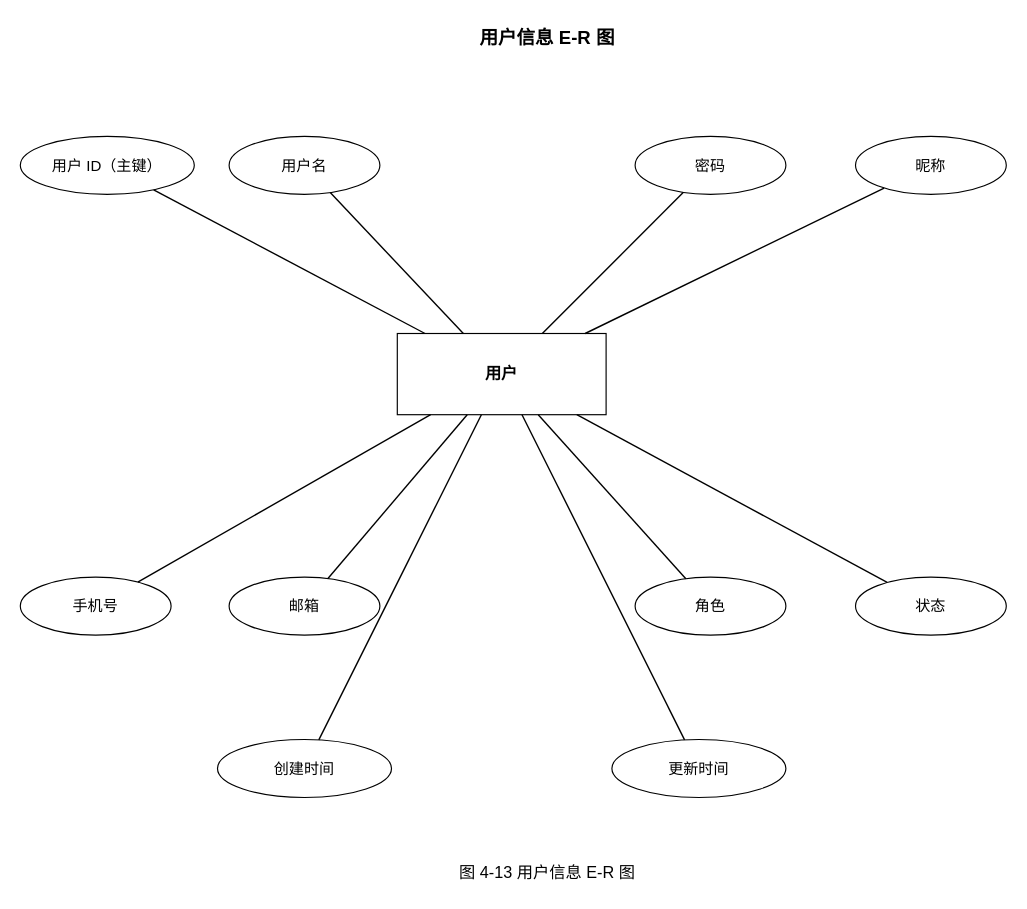
The draw.io diagram 4.9用户信息 E-R 图.drawio in wujiangcai/drawio, before the edit. Source tidied: cells renumbered, new cells numbered last; positions are measured from the earlier drawing's top-left corner, leaving out a move shared by most shapes. Both pictures are drawn from the tidied source at 116%, with x=0, y=0 at pixel (20, 20).
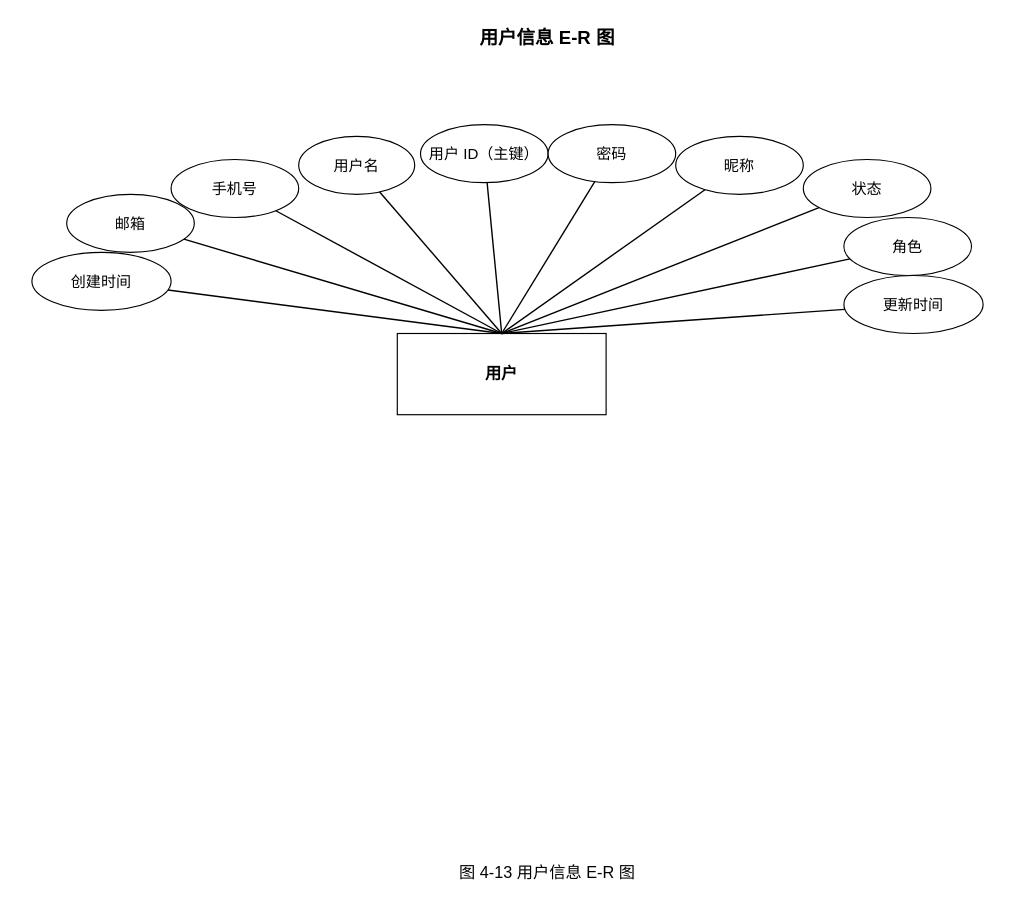
The same page after the edit.

The change refers to these unchanged cells:
```xml
<mxCell id="3" value="用户" style="shape=rectangle;whiteSpace=wrap;html=1;strokeColor=#000000;fillColor=#ffffff;fontSize=14;fontStyle=1;align=center;verticalAlign=middle;" parent="1" vertex="1">
  <mxGeometry x="325" y="270" width="180" height="70" as="geometry" />
</mxCell>
```

Change to the diagram source:
```diff
@@
     <mxCell id="4" value="用户 ID（主键）" style="ellipse;whiteSpace=wrap;html=1;strokeColor=#000000;fillColor=#ffffff;fontSize=13;" parent="1" vertex="1">
-      <mxGeometry y="100" width="150" height="50" as="geometry" />
+      <mxGeometry x="345" y="90" width="110" height="50" as="geometry" />
     </mxCell>
     <mxCell id="5" value="用户名" style="ellipse;whiteSpace=wrap;html=1;strokeColor=#000000;fillColor=#ffffff;fontSize=13;" parent="1" vertex="1">
-      <mxGeometry x="180" y="100" width="130" height="50" as="geometry" />
+      <mxGeometry x="240" y="100" width="100" height="50" as="geometry" />
     </mxCell>
     <mxCell id="6" value="密码" style="ellipse;whiteSpace=wrap;html=1;strokeColor=#000000;fillColor=#ffffff;fontSize=13;" parent="1" vertex="1">
-      <mxGeometry x="530" y="100" width="130" height="50" as="geometry" />
+      <mxGeometry x="455" y="90" width="110" height="50" as="geometry" />
     </mxCell>
     <mxCell id="7" value="昵称" style="ellipse;whiteSpace=wrap;html=1;strokeColor=#000000;fillColor=#ffffff;fontSize=13;" parent="1" vertex="1">
-      <mxGeometry x="720" y="100" width="130" height="50" as="geometry" />
+      <mxGeometry x="565" y="100" width="110" height="50" as="geometry" />
     </mxCell>
     <mxCell id="8" value="手机号" style="ellipse;whiteSpace=wrap;html=1;strokeColor=#000000;fillColor=#ffffff;fontSize=13;" parent="1" vertex="1">
-      <mxGeometry y="480" width="130" height="50" as="geometry" />
+      <mxGeometry x="130" y="120" width="110" height="50" as="geometry" />
     </mxCell>
     <mxCell id="9" value="邮箱" style="ellipse;whiteSpace=wrap;html=1;strokeColor=#000000;fillColor=#ffffff;fontSize=13;" parent="1" vertex="1">
-      <mxGeometry x="180" y="480" width="130" height="50" as="geometry" />
+      <mxGeometry x="40" y="150" width="110" height="50" as="geometry" />
     </mxCell>
     <mxCell id="10" value="角色" style="ellipse;whiteSpace=wrap;html=1;strokeColor=#000000;fillColor=#ffffff;fontSize=13;" parent="1" vertex="1">
-      <mxGeometry x="530" y="480" width="130" height="50" as="geometry" />
+      <mxGeometry x="710" y="170" width="110" height="50" as="geometry" />
     </mxCell>
     <mxCell id="11" value="状态" style="ellipse;whiteSpace=wrap;html=1;strokeColor=#000000;fillColor=#ffffff;fontSize=13;" parent="1" vertex="1">
-      <mxGeometry x="720" y="480" width="130" height="50" as="geometry" />
+      <mxGeometry x="675" y="120" width="110" height="50" as="geometry" />
     </mxCell>
     <mxCell id="12" value="创建时间" style="ellipse;whiteSpace=wrap;html=1;strokeColor=#000000;fillColor=#ffffff;fontSize=13;" parent="1" vertex="1">
-      <mxGeometry x="170" y="620" width="150" height="50" as="geometry" />
+      <mxGeometry x="10" y="200" width="120" height="50" as="geometry" />
     </mxCell>
     <mxCell id="13" value="更新时间" style="ellipse;whiteSpace=wrap;html=1;strokeColor=#000000;fillColor=#ffffff;fontSize=13;" parent="1" vertex="1">
-      <mxGeometry x="510" y="620" width="150" height="50" as="geometry" />
+      <mxGeometry x="710" y="220" width="120" height="50" as="geometry" />
     </mxCell>
-    <mxCell id="14" style="endArrow=none;strokeColor=#000000;strokeWidth=1.2;" parent="1" edge="1" source="3" target="4">
+    <mxCell id="14" style="endArrow=none;strokeColor=#000000;strokeWidth=1.2;exitX=0.5;exitY=0;exitDx=0;exitDy=0;" parent="1" edge="1" source="3" target="4">
       <mxGeometry relative="1" as="geometry" />
     </mxCell>
-    <mxCell id="15" style="endArrow=none;strokeColor=#000000;strokeWidth=1.2;" parent="1" edge="1" source="3" target="5">
+    <mxCell id="15" style="endArrow=none;strokeColor=#000000;strokeWidth=1.2;exitX=0.5;exitY=0;exitDx=0;exitDy=0;" parent="1" edge="1" source="3" target="5">
       <mxGeometry relative="1" as="geometry" />
     </mxCell>
-    <mxCell id="16" style="endArrow=none;strokeColor=#000000;strokeWidth=1.2;" parent="1" edge="1" source="3" target="6">
+    <mxCell id="16" style="endArrow=none;strokeColor=#000000;strokeWidth=1.2;exitX=0.5;exitY=0;exitDx=0;exitDy=0;" parent="1" edge="1" source="3" target="6">
       <mxGeometry relative="1" as="geometry" />
     </mxCell>
-    <mxCell id="17" style="endArrow=none;strokeColor=#000000;strokeWidth=1.2;" parent="1" edge="1" source="3" target="7">
+    <mxCell id="17" style="endArrow=none;strokeColor=#000000;strokeWidth=1.2;exitX=0.5;exitY=0;exitDx=0;exitDy=0;" parent="1" edge="1" source="3" target="7">
       <mxGeometry relative="1" as="geometry" />
     </mxCell>
-    <mxCell id="18" style="endArrow=none;strokeColor=#000000;strokeWidth=1.2;" parent="1" edge="1" source="3" target="8">
+    <mxCell id="18" style="endArrow=none;strokeColor=#000000;strokeWidth=1.2;exitX=0.5;exitY=0;exitDx=0;exitDy=0;" parent="1" edge="1" source="3" target="8">
       <mxGeometry relative="1" as="geometry" />
     </mxCell>
-    <mxCell id="19" style="endArrow=none;strokeColor=#000000;strokeWidth=1.2;" parent="1" edge="1" source="3" target="9">
+    <mxCell id="19" style="endArrow=none;strokeColor=#000000;strokeWidth=1.2;exitX=0.5;exitY=0;exitDx=0;exitDy=0;" parent="1" edge="1" source="3" target="9">
       <mxGeometry relative="1" as="geometry" />
     </mxCell>
-    <mxCell id="20" style="endArrow=none;strokeColor=#000000;strokeWidth=1.2;" parent="1" edge="1" source="3" target="10">
+    <mxCell id="20" style="endArrow=none;strokeColor=#000000;strokeWidth=1.2;exitX=0.5;exitY=0;exitDx=0;exitDy=0;" parent="1" edge="1" source="3" target="10">
       <mxGeometry relative="1" as="geometry" />
     </mxCell>
-    <mxCell id="21" style="endArrow=none;strokeColor=#000000;strokeWidth=1.2;" parent="1" edge="1" source="3" target="11">
+    <mxCell id="21" style="endArrow=none;strokeColor=#000000;strokeWidth=1.2;exitX=0.5;exitY=0;exitDx=0;exitDy=0;" parent="1" edge="1" source="3" target="11">
       <mxGeometry relative="1" as="geometry" />
     </mxCell>
-    <mxCell id="22" style="endArrow=none;strokeColor=#000000;strokeWidth=1.2;" parent="1" edge="1" source="3" target="12">
+    <mxCell id="22" style="endArrow=none;strokeColor=#000000;strokeWidth=1.2;exitX=0.5;exitY=0;exitDx=0;exitDy=0;" parent="1" edge="1" source="3" target="12">
       <mxGeometry relative="1" as="geometry" />
     </mxCell>
-    <mxCell id="23" style="endArrow=none;strokeColor=#000000;strokeWidth=1.2;" parent="1" edge="1" source="3" target="13">
+    <mxCell id="23" style="endArrow=none;strokeColor=#000000;strokeWidth=1.2;exitX=0.5;exitY=0;exitDx=0;exitDy=0;" parent="1" edge="1" source="3" target="13">
       <mxGeometry relative="1" as="geometry" />
     </mxCell>
@@
+    <mxCell id="25" style="edgeStyle=orthogonalEdgeStyle;rounded=0;orthogonalLoop=1;jettySize=auto;html=1;exitX=0.5;exitY=1;exitDx=0;exitDy=0;" parent="1" edge="1" source="12" target="12">
+      <mxGeometry relative="1" as="geometry" />
+    </mxCell>
```
